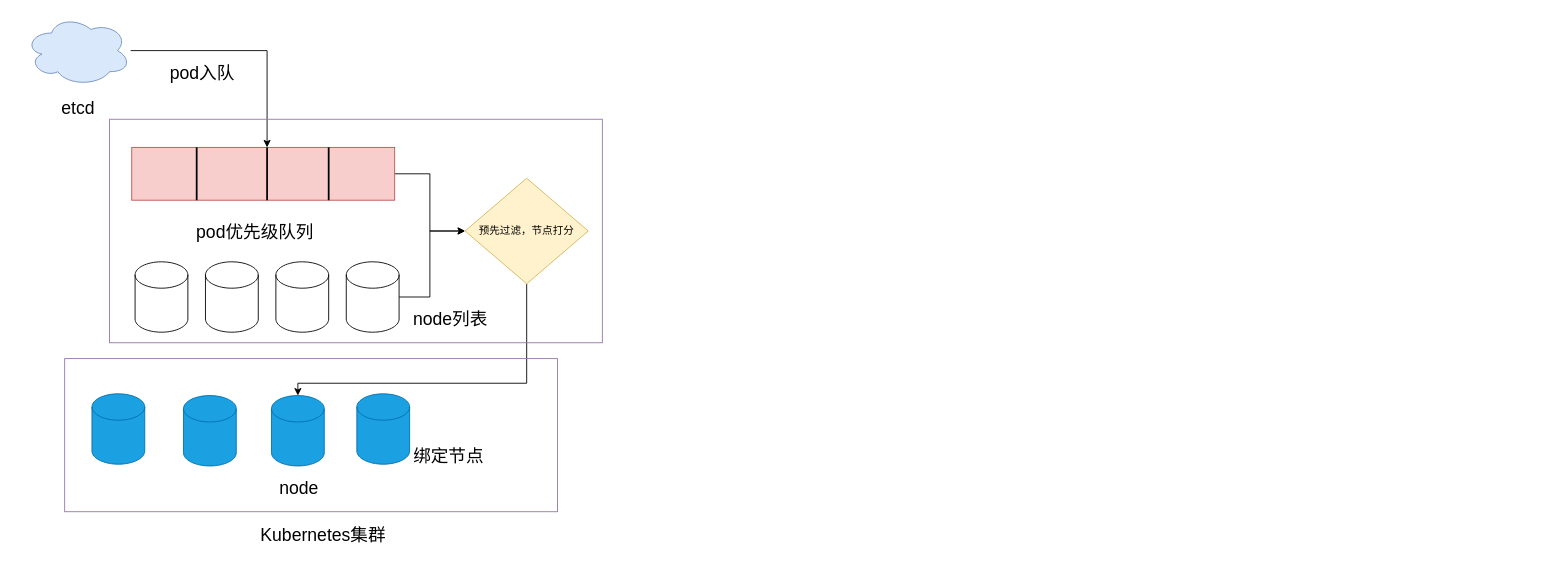
Earlier version of the draw.io diagram 未命名绘图.drawio (gdace829/micro-todoList). Source tidied: cells renumbered, new cells numbered last; positions are measured from the earlier drawing's top-left corner, leaving out a move shared by most shapes. Both pictures are drawn from the tidied source at 88%, with x=0, y=0 at pixel (15, 15).
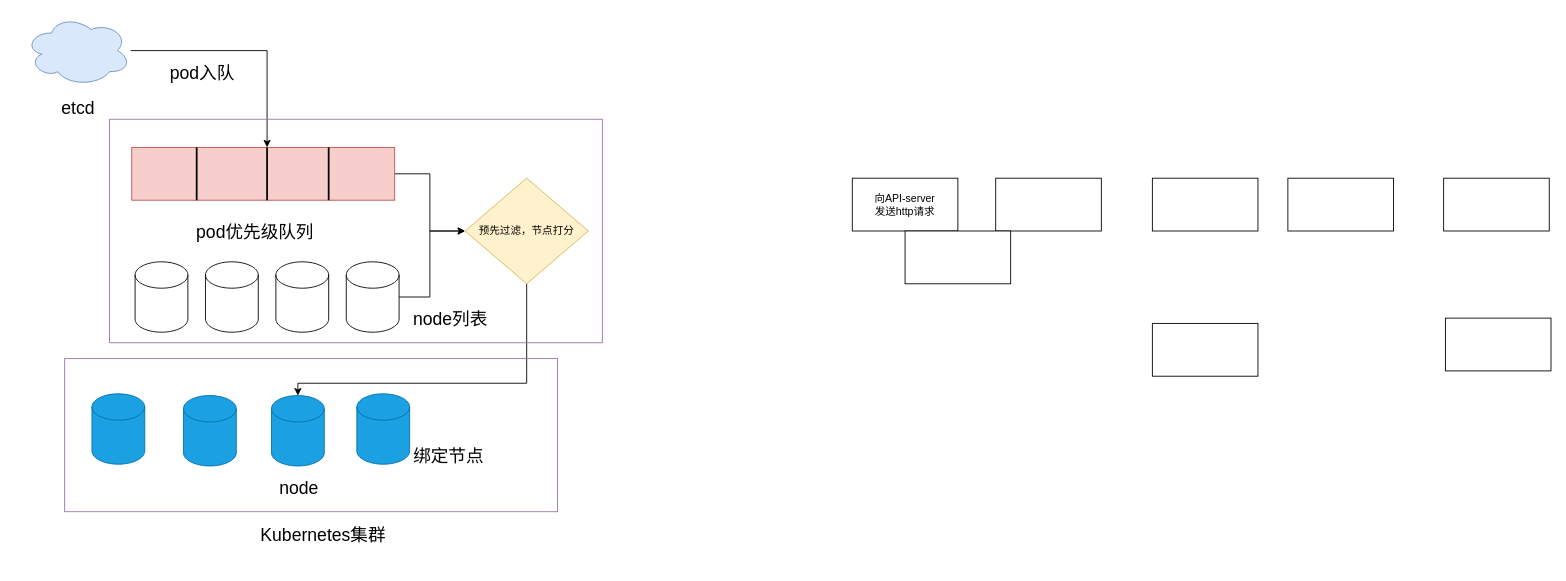
After the change.

Commit message:
更新未命名绘图.drawio

What changed in the source:
```diff
@@
+    <mxCell id="29" value="向API-server&lt;br&gt;发送http请求" style="rounded=0;whiteSpace=wrap;html=1;" parent="1" vertex="1">
+      <mxGeometry x="951" y="185" width="120" height="60" as="geometry" />
+    </mxCell>
+    <mxCell id="30" style="rounded=0;whiteSpace=wrap;html=1;" parent="1" vertex="1">
+      <mxGeometry x="1114" y="185" width="120" height="60" as="geometry" />
+    </mxCell>
+    <mxCell id="31" style="rounded=0;whiteSpace=wrap;html=1;" parent="1" vertex="1">
+      <mxGeometry x="1623" y="185" width="120" height="60" as="geometry" />
+    </mxCell>
+    <mxCell id="32" style="rounded=0;whiteSpace=wrap;html=1;" parent="1" vertex="1">
+      <mxGeometry x="1292" y="350" width="120" height="60" as="geometry" />
+    </mxCell>
+    <mxCell id="33" style="rounded=0;whiteSpace=wrap;html=1;" parent="1" vertex="1">
+      <mxGeometry x="1446" y="185" width="120" height="60" as="geometry" />
+    </mxCell>
+    <mxCell id="34" style="rounded=0;whiteSpace=wrap;html=1;" parent="1" vertex="1">
+      <mxGeometry x="1292" y="185" width="120" height="60" as="geometry" />
+    </mxCell>
+    <mxCell id="35" style="rounded=0;whiteSpace=wrap;html=1;" parent="1" vertex="1">
+      <mxGeometry x="1011" y="245" width="120" height="60" as="geometry" />
+    </mxCell>
+    <mxCell id="36" style="rounded=0;whiteSpace=wrap;html=1;" parent="1" vertex="1">
+      <mxGeometry x="1625" y="344" width="120" height="60" as="geometry" />
+    </mxCell>
```
